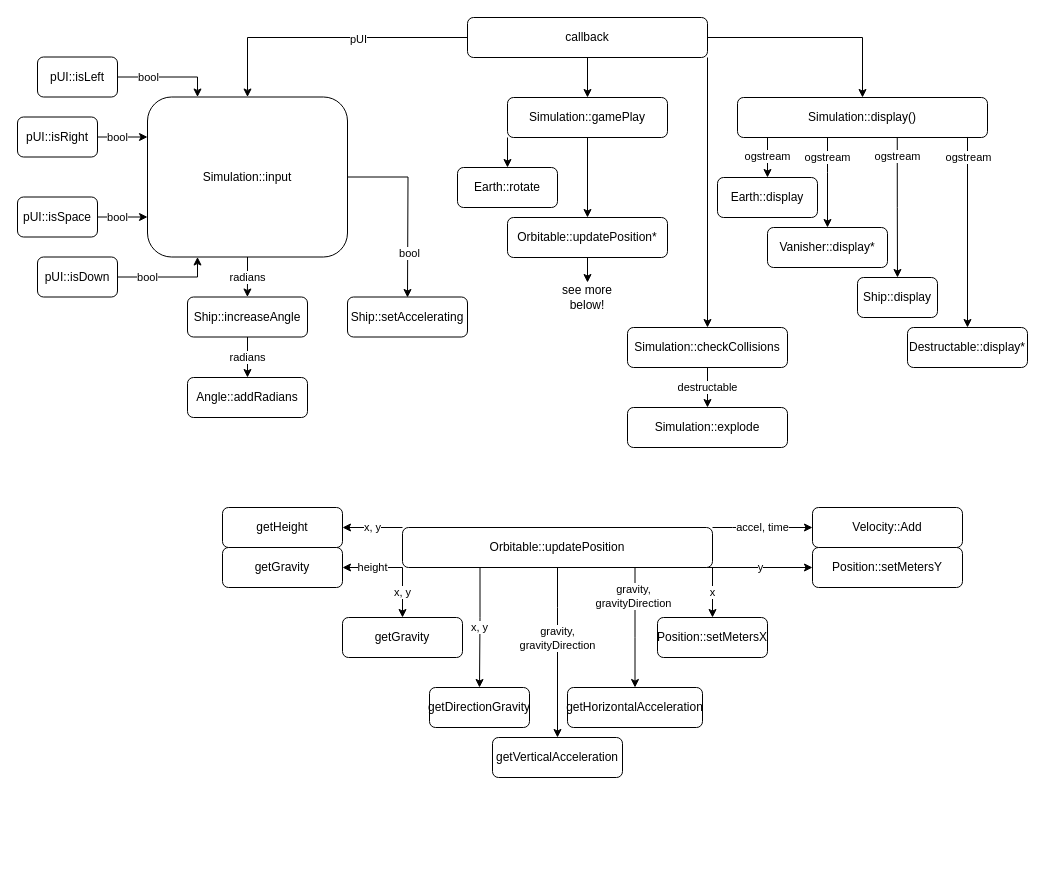
Above: design_docs/orbital_structure_chart.drawio in JaromPD/orbital_simulator (draw.io), before the change. Source tidied: cells renumbered, new cells numbered last; positions are measured from the earlier drawing's top-left corner, leaving out a move shared by most shapes. Both pictures are drawn from the tidied source at 100%, with x=0, y=0 at pixel (17, 17).
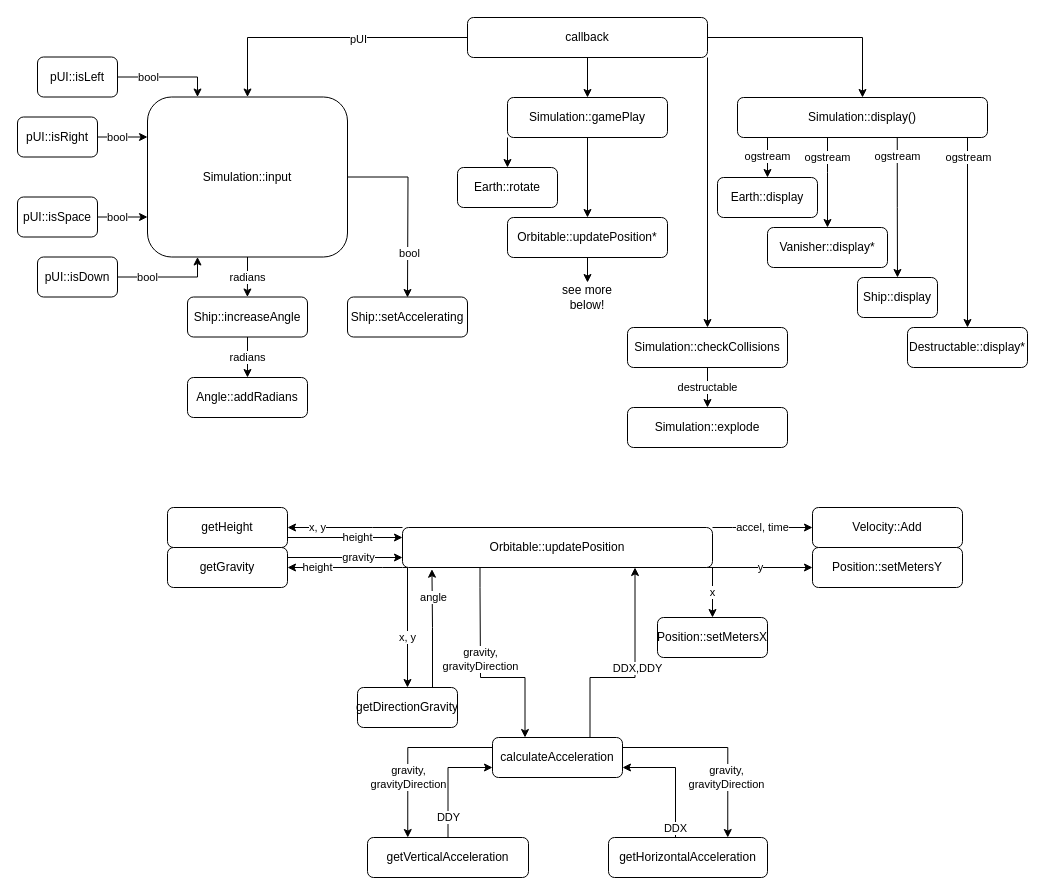
The same page after the edit.

Unchanged cells that the change refers to:
```xml
<mxCell id="55" value="Orbitable::updatePosition" style="rounded=1;whiteSpace=wrap;html=1;" parent="1" vertex="1">
  <mxGeometry x="385" y="510" width="310" height="40" as="geometry" />
</mxCell>
```

Diff of the diagram source:
```diff
@@
-    <mxCell id="46" value="x, y" style="edgeStyle=orthogonalEdgeStyle;rounded=0;jettySize=auto;html=1;exitX=0;exitY=1;exitDx=0;exitDy=0;entryX=0.5;entryY=0;entryDx=0;entryDy=0;" parent="1" edge="1" source="55" target="58">
-      <mxGeometry relative="1" as="geometry">
-        <Array as="points">
-          <mxPoint x="385" y="570" />
-          <mxPoint x="385" y="570" />
-        </Array>
-      </mxGeometry>
-    </mxCell>
     <mxCell id="47" value="x, y" style="edgeStyle=orthogonalEdgeStyle;rounded=0;jettySize=auto;html=1;exitX=0;exitY=0;exitDx=0;exitDy=0;entryX=1;entryY=0.5;entryDx=0;entryDy=0;" parent="1" edge="1" source="55" target="56">
-      <mxGeometry relative="1" as="geometry">
+      <mxGeometry x="0.48" relative="1" as="geometry">
         <Array as="points">
           <mxPoint x="355" y="510" />
           <mxPoint x="355" y="510" />
         </Array>
       </mxGeometry>
     </mxCell>
     <mxCell id="48" value="height" style="edgeStyle=orthogonalEdgeStyle;rounded=0;jettySize=auto;html=1;exitX=0;exitY=1;exitDx=0;exitDy=0;entryX=1;entryY=0.5;entryDx=0;entryDy=0;" parent="1" edge="1" source="55" target="57">
-      <mxGeometry relative="1" as="geometry">
+      <mxGeometry x="0.48" relative="1" as="geometry">
         <Array as="points">
           <mxPoint x="365" y="550" />
           <mxPoint x="365" y="550" />
         </Array>
       </mxGeometry>
     </mxCell>
@@
-    <mxCell id="50" style="edgeStyle=orthogonalEdgeStyle;rounded=0;jettySize=auto;html=1;exitX=0.5;exitY=1;exitDx=0;exitDy=0;entryX=0.5;entryY=0;entryDx=0;entryDy=0;" parent="1" edge="1" source="55" target="60">
+    <mxCell id="50" style="edgeStyle=orthogonalEdgeStyle;rounded=0;jettySize=auto;html=1;exitX=0.25;exitY=1;exitDx=0;exitDy=0;entryX=0.25;entryY=0;entryDx=0;entryDy=0;" parent="1" edge="1" source="55" target="60">
       <mxGeometry relative="1" as="geometry">
         <Array as="points">
-          <mxPoint x="540" y="590" />
-          <mxPoint x="540" y="590" />
+          <mxPoint x="463" y="570" />
+          <mxPoint x="463" y="570" />
+          <mxPoint x="463" y="660" />
+          <mxPoint x="508" y="660" />
         </Array>
       </mxGeometry>
     </mxCell>
     <mxCell id="51" value="gravity,&lt;br&gt;gravityDirection" style="edgeLabel;html=1;align=center;verticalAlign=middle;" parent="50" vertex="1">
-      <mxGeometry x="-0.18" y="-1" relative="1" as="geometry" />
+      <mxGeometry x="-0.18" y="-1" relative="1" as="geometry">
+        <mxPoint x="1" y="3" as="offset" />
+      </mxGeometry>
     </mxCell>
@@
-    <mxCell id="53" value="gravity,&lt;br&gt;gravityDirection" style="edgeStyle=orthogonalEdgeStyle;rounded=0;jettySize=auto;html=1;exitX=0.75;exitY=1;exitDx=0;exitDy=0;entryX=0.5;entryY=0;entryDx=0;entryDy=0;" parent="1" edge="1" source="55" target="61">
-      <mxGeometry x="-0.5" y="-2" relative="1" as="geometry">
-        <Array as="points">
-          <mxPoint x="618" y="620" />
-          <mxPoint x="618" y="620" />
-        </Array>
-        <mxPoint y="-1" as="offset" />
-      </mxGeometry>
-    </mxCell>
-    <mxCell id="54" value="x, y" style="edgeStyle=orthogonalEdgeStyle;rounded=0;jettySize=auto;html=1;exitX=0.25;exitY=1;exitDx=0;exitDy=0;entryX=0.5;entryY=0;entryDx=0;entryDy=0;" parent="1" edge="1" source="55" target="59">
-      <mxGeometry relative="1" as="geometry">
+    <mxCell id="54" value="x, y" style="edgeStyle=orthogonalEdgeStyle;rounded=0;jettySize=auto;html=1;exitX=0;exitY=1;exitDx=0;exitDy=0;entryX=0.5;entryY=0;entryDx=0;entryDy=0;" parent="1" edge="1" source="55" target="59">
+      <mxGeometry x="0.2" relative="1" as="geometry">
         <Array as="points">
-          <mxPoint x="462" y="600" />
-          <mxPoint x="462" y="600" />
+          <mxPoint x="390" y="550" />
         </Array>
       </mxGeometry>
     </mxCell>
@@
+    <mxCell id="66" value="height" style="edgeStyle=orthogonalEdgeStyle;rounded=0;jettySize=auto;html=1;exitX=1;exitY=0.75;exitDx=0;exitDy=0;entryX=0;entryY=0.25;entryDx=0;entryDy=0;" parent="1" edge="1" source="56" target="55">
+      <mxGeometry x="0.22" relative="1" as="geometry" />
+    </mxCell>
     <mxCell id="56" value="getHeight" style="rounded=1;whiteSpace=wrap;html=1;" parent="1" vertex="1">
-      <mxGeometry x="205" y="490" width="120" height="40" as="geometry" />
+      <mxGeometry x="150" y="490" width="120" height="40" as="geometry" />
     </mxCell>
+    <mxCell id="67" style="edgeStyle=orthogonalEdgeStyle;rounded=0;jettySize=auto;html=1;exitX=1;exitY=0.25;exitDx=0;exitDy=0;entryX=0;entryY=0.75;entryDx=0;entryDy=0;" parent="1" edge="1" source="57" target="55">
+      <mxGeometry relative="1" as="geometry" />
+    </mxCell>
+    <mxCell id="68" value="gravity" style="edgeLabel;html=1;align=center;verticalAlign=middle;" parent="67" vertex="1">
+      <mxGeometry x="0.16" y="1" relative="1" as="geometry">
+        <mxPoint x="3" as="offset" />
+      </mxGeometry>
+    </mxCell>
     <mxCell id="57" value="getGravity" style="rounded=1;whiteSpace=wrap;html=1;" parent="1" vertex="1">
-      <mxGeometry x="205" y="530" width="120" height="40" as="geometry" />
+      <mxGeometry x="150" y="530" width="120" height="40" as="geometry" />
     </mxCell>
-    <mxCell id="58" value="getGravity" style="rounded=1;whiteSpace=wrap;html=1;" parent="1" vertex="1">
-      <mxGeometry x="325" y="600" width="120" height="40" as="geometry" />
-    </mxCell>
+    <mxCell id="69" style="edgeStyle=orthogonalEdgeStyle;rounded=0;jettySize=auto;html=1;exitX=0.75;exitY=0;exitDx=0;exitDy=0;entryX=0.095;entryY=1.043;entryDx=0;entryDy=0;entryPerimeter=0;" parent="1" edge="1" source="59" target="55">
+      <mxGeometry relative="1" as="geometry" />
+    </mxCell>
+    <mxCell id="70" value="angle" style="edgeLabel;html=1;align=center;verticalAlign=middle;" parent="69" vertex="1">
+      <mxGeometry x="0.26" y="-1" relative="1" as="geometry">
+        <mxPoint y="-16" as="offset" />
+      </mxGeometry>
+    </mxCell>
     <mxCell id="59" value="getDirectionGravity" style="rounded=1;whiteSpace=wrap;html=1;" parent="1" vertex="1">
-      <mxGeometry x="412" y="670" width="100" height="40" as="geometry" />
+      <mxGeometry x="340" y="670" width="100" height="40" as="geometry" />
     </mxCell>
+    <mxCell id="71" style="edgeStyle=orthogonalEdgeStyle;rounded=0;jettySize=auto;html=1;exitX=0;exitY=0.25;exitDx=0;exitDy=0;entryX=0.25;entryY=0;entryDx=0;entryDy=0;" parent="1" edge="1" source="60" target="78">
+      <mxGeometry relative="1" as="geometry" />
+    </mxCell>
+    <mxCell id="72" value="gravity,&lt;br style=&quot;border-color: var(--border-color);&quot;&gt;gravityDirection" style="edgeLabel;html=1;align=center;verticalAlign=middle;" parent="71" vertex="1">
+      <mxGeometry x="0.28" y="2" relative="1" as="geometry">
+        <mxPoint x="-2" y="2" as="offset" />
+      </mxGeometry>
+    </mxCell>
+    <mxCell id="73" style="edgeStyle=orthogonalEdgeStyle;rounded=0;jettySize=auto;html=1;exitX=1;exitY=0.25;exitDx=0;exitDy=0;entryX=0.75;entryY=0;entryDx=0;entryDy=0;" parent="1" edge="1" source="60" target="61">
+      <mxGeometry relative="1" as="geometry" />
+    </mxCell>
+    <mxCell id="74" value="gravity,&lt;br style=&quot;border-color: var(--border-color);&quot;&gt;gravityDirection" style="edgeLabel;html=1;align=center;verticalAlign=middle;" parent="73" vertex="1">
+      <mxGeometry x="0.16" y="-2" relative="1" as="geometry">
+        <mxPoint y="22" as="offset" />
+      </mxGeometry>
+    </mxCell>
+    <mxCell id="75" style="edgeStyle=orthogonalEdgeStyle;rounded=0;jettySize=auto;html=1;exitX=0.75;exitY=0;exitDx=0;exitDy=0;entryX=0.75;entryY=1;entryDx=0;entryDy=0;" parent="1" edge="1" source="60" target="55">
+      <mxGeometry relative="1" as="geometry">
+        <Array as="points">
+          <mxPoint x="573" y="660" />
+          <mxPoint x="618" y="660" />
+        </Array>
+      </mxGeometry>
+    </mxCell>
+    <mxCell id="76" value="DDX,DDY" style="edgeLabel;html=1;align=center;verticalAlign=middle;" parent="75" vertex="1">
+      <mxGeometry x="-0.3" y="1" relative="1" as="geometry">
+        <mxPoint x="32" y="-9" as="offset" />
+      </mxGeometry>
+    </mxCell>
-    <mxCell id="60" value="getVerticalAcceleration" style="rounded=1;whiteSpace=wrap;html=1;" parent="1" vertex="1">
+    <mxCell id="60" value="calculateAcceleration" style="rounded=1;whiteSpace=wrap;html=1;" parent="1" vertex="1">
       <mxGeometry x="475" y="720" width="130" height="40" as="geometry" />
     </mxCell>
-    <mxCell id="61" value="getHorizontalAcceleration" style="rounded=1;whiteSpace=wrap;html=1;" parent="1" vertex="1">
-      <mxGeometry x="550" y="670" width="135" height="40" as="geometry" />
-    </mxCell>
@@
+    <mxCell id="77" value="DDY" style="edgeStyle=orthogonalEdgeStyle;rounded=0;jettySize=auto;html=1;exitX=0.5;exitY=0;exitDx=0;exitDy=0;entryX=0;entryY=0.75;entryDx=0;entryDy=0;" parent="1" edge="1" source="78" target="60">
+      <mxGeometry x="-0.65" relative="1" as="geometry" />
+    </mxCell>
+    <mxCell id="78" value="getVerticalAcceleration" style="rounded=1;whiteSpace=wrap;html=1;" parent="1" vertex="1">
+      <mxGeometry x="350" y="820" width="161" height="40" as="geometry" />
+    </mxCell>
+    <mxCell id="79" value="DDX" style="edgeStyle=orthogonalEdgeStyle;rounded=0;jettySize=auto;html=1;exitX=0.5;exitY=0;exitDx=0;exitDy=0;entryX=1;entryY=0.75;entryDx=0;entryDy=0;" parent="1" edge="1" source="61" target="60">
+      <mxGeometry x="-0.67" relative="1" as="geometry">
+        <Array as="points">
+          <mxPoint x="658" y="750" />
+        </Array>
+      </mxGeometry>
+    </mxCell>
+    <mxCell id="61" value="getHorizontalAcceleration" style="rounded=1;whiteSpace=wrap;html=1;" parent="1" vertex="1">
+      <mxGeometry x="591" y="820" width="159" height="40" as="geometry" />
+    </mxCell>
```
